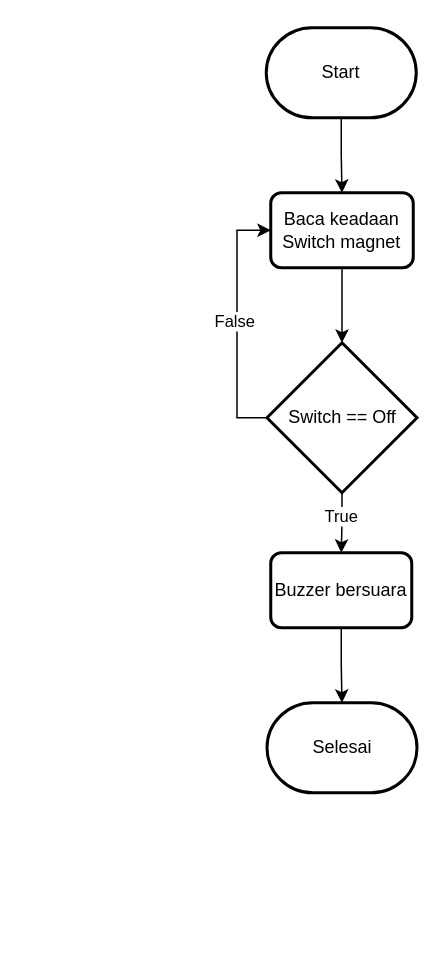
This is diagram/Flowchart MDS.drawio from lalala2b/project-bpvp, a draw.io file, before an edit. Source tidied: cells renumbered, new cells numbered last; positions are measured from the earlier drawing's top-left corner, leaving out a move shared by most shapes. Both pictures are drawn from the tidied source at 150%, with x=0, y=0 at pixel (266, 27).
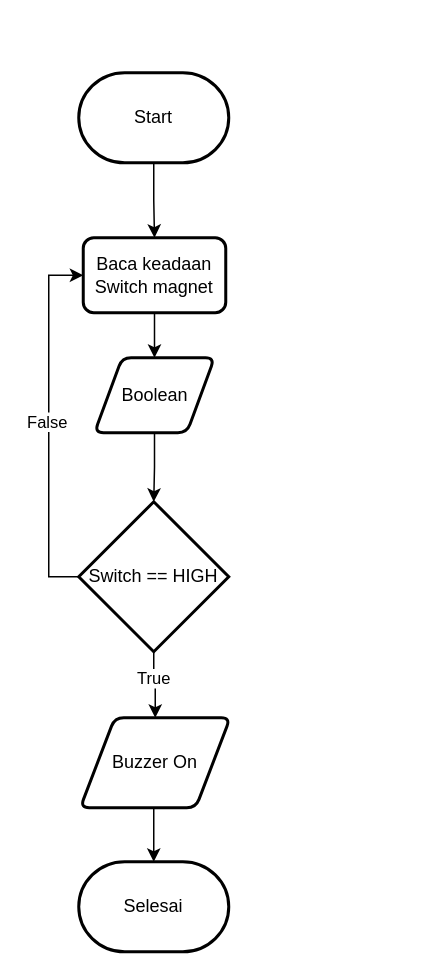
Above is the later version.

Change to the diagram source:
```diff
@@
 <mxGraphModel>
   <root>
     <mxCell id="0" />
     <mxCell id="1" parent="0" />
     <mxCell id="2" style="edgeStyle=orthogonalEdgeStyle;rounded=0;jettySize=auto;html=1;exitX=0.5;exitY=1;exitDx=0;exitDy=0;exitPerimeter=0;entryX=0.5;entryY=0;entryDx=0;entryDy=0;" parent="1" edge="1" source="3" target="4">
       <mxGeometry relative="1" as="geometry" />
     </mxCell>
     <mxCell id="3" value="Start" style="strokeWidth=2;html=1;shape=mxgraph.flowchart.terminator;whiteSpace=wrap;" parent="1" vertex="1">
-      <mxGeometry width="100" height="60" as="geometry" />
+      <mxGeometry x="-125" y="30" width="100" height="60" as="geometry" />
     </mxCell>
+    <mxCell id="14" style="edgeStyle=orthogonalEdgeStyle;rounded=0;jettySize=auto;html=1;exitX=0.5;exitY=1;exitDx=0;exitDy=0;entryX=0.5;entryY=0;entryDx=0;entryDy=0;" parent="1" edge="1" source="4" target="15">
+      <mxGeometry relative="1" as="geometry" />
+    </mxCell>
     <mxCell id="4" value="Baca keadaan Switch magnet" style="rounded=1;whiteSpace=wrap;html=1;absoluteArcSize=1;arcSize=14;strokeWidth=2;" parent="1" vertex="1">
-      <mxGeometry x="3" y="110" width="95" height="50" as="geometry" />
+      <mxGeometry x="-122" y="140" width="95" height="50" as="geometry" />
     </mxCell>
     <mxCell id="5" style="edgeStyle=orthogonalEdgeStyle;rounded=0;jettySize=auto;html=1;exitX=0;exitY=0.5;exitDx=0;exitDy=0;exitPerimeter=0;entryX=0;entryY=0.5;entryDx=0;entryDy=0;" parent="1" edge="1" source="9" target="4">
       <mxGeometry relative="1" as="geometry" />
     </mxCell>
     <mxCell id="6" value="False" style="edgeLabel;html=1;align=center;verticalAlign=middle;" parent="5" vertex="1">
       <mxGeometry x="0.02" y="2" relative="1" as="geometry" />
     </mxCell>
-    <mxCell id="7" style="edgeStyle=orthogonalEdgeStyle;rounded=0;jettySize=auto;html=1;exitX=0.5;exitY=1;exitDx=0;exitDy=0;exitPerimeter=0;entryX=0.5;entryY=0;entryDx=0;entryDy=0;" parent="1" edge="1" source="9" target="11">
+    <mxCell id="7" style="edgeStyle=orthogonalEdgeStyle;rounded=0;jettySize=auto;html=1;exitX=0.5;exitY=1;exitDx=0;exitDy=0;exitPerimeter=0;entryX=0.5;entryY=0;entryDx=0;entryDy=0;" parent="1" edge="1" source="9" target="17">
       <mxGeometry relative="1" as="geometry" />
     </mxCell>
     <mxCell id="8" value="True" style="edgeLabel;html=1;align=center;verticalAlign=middle;" parent="7" vertex="1">
       <mxGeometry x="-0.24" y="-1" relative="1" as="geometry" />
     </mxCell>
-    <mxCell id="9" value="Switch == Off" style="strokeWidth=2;html=1;shape=mxgraph.flowchart.decision;whiteSpace=wrap;" parent="1" vertex="1">
-      <mxGeometry x="0.5" y="210" width="100" height="100" as="geometry" />
+    <mxCell id="9" value="Switch == HIGH" style="strokeWidth=2;html=1;shape=mxgraph.flowchart.decision;whiteSpace=wrap;" parent="1" vertex="1">
+      <mxGeometry x="-125" y="316" width="100" height="100" as="geometry" />
     </mxCell>
-    <mxCell id="10" style="edgeStyle=orthogonalEdgeStyle;rounded=0;jettySize=auto;html=1;exitX=0.5;exitY=1;exitDx=0;exitDy=0;entryX=0.5;entryY=0;entryDx=0;entryDy=0;entryPerimeter=0;" parent="1" edge="1" source="4" target="9">
-      <mxGeometry relative="1" as="geometry" />
-    </mxCell>
-    <mxCell id="11" value="Buzzer bersuara" style="rounded=1;whiteSpace=wrap;html=1;absoluteArcSize=1;arcSize=14;strokeWidth=2;" parent="1" vertex="1">
-      <mxGeometry x="3" y="350" width="94" height="50" as="geometry" />
-    </mxCell>
     <mxCell id="12" value="Selesai" style="strokeWidth=2;html=1;shape=mxgraph.flowchart.terminator;whiteSpace=wrap;" parent="1" vertex="1">
-      <mxGeometry x="0.5" y="450" width="100" height="60" as="geometry" />
+      <mxGeometry x="-125" y="556" width="100" height="60" as="geometry" />
     </mxCell>
-    <mxCell id="13" style="edgeStyle=orthogonalEdgeStyle;rounded=0;jettySize=auto;html=1;exitX=0.5;exitY=1;exitDx=0;exitDy=0;entryX=0.5;entryY=0;entryDx=0;entryDy=0;entryPerimeter=0;" parent="1" edge="1" source="11" target="12">
+    <mxCell id="13" style="edgeStyle=orthogonalEdgeStyle;rounded=0;jettySize=auto;html=1;entryX=0.5;entryY=0;entryDx=0;entryDy=0;entryPerimeter=0;exitX=0.5;exitY=1;exitDx=0;exitDy=0;" parent="1" edge="1" source="17" target="12">
       <mxGeometry relative="1" as="geometry" />
     </mxCell>
+    <mxCell id="15" value="Boolean" style="shape=parallelogram;html=1;strokeWidth=2;perimeter=parallelogramPerimeter;whiteSpace=wrap;rounded=1;arcSize=12;size=0.23;" parent="1" vertex="1">
+      <mxGeometry x="-114.5" y="220" width="80" height="50" as="geometry" />
+    </mxCell>
+    <mxCell id="16" style="edgeStyle=orthogonalEdgeStyle;rounded=0;jettySize=auto;html=1;exitX=0.5;exitY=1;exitDx=0;exitDy=0;entryX=0.5;entryY=0;entryDx=0;entryDy=0;entryPerimeter=0;" parent="1" edge="1" source="15" target="9">
+      <mxGeometry relative="1" as="geometry" />
+    </mxCell>
+    <mxCell id="17" value="Buzzer On" style="shape=parallelogram;html=1;strokeWidth=2;perimeter=parallelogramPerimeter;whiteSpace=wrap;rounded=1;arcSize=12;size=0.23;" parent="1" vertex="1">
+      <mxGeometry x="-124" y="460" width="100" height="60" as="geometry" />
+    </mxCell>
   </root>
 </mxGraphModel>
```
